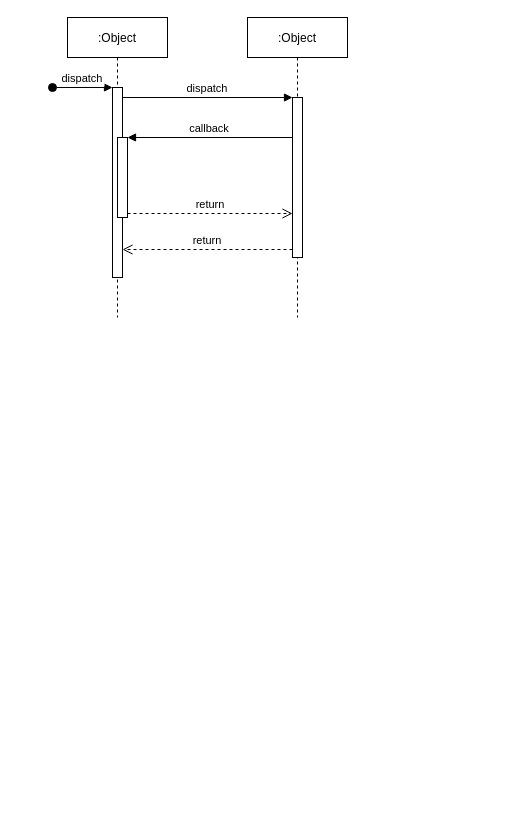
Before: 未命名绘图.drawio in zhoushenn/zhoushenn.github.io, a draw.io diagram. Source tidied: cells renumbered, new cells numbered last; positions are measured from the earlier drawing's top-left corner, leaving out a move shared by most shapes. Both pictures are drawn from the tidied source at 100%, with x=0, y=0 at pixel (52, 17).
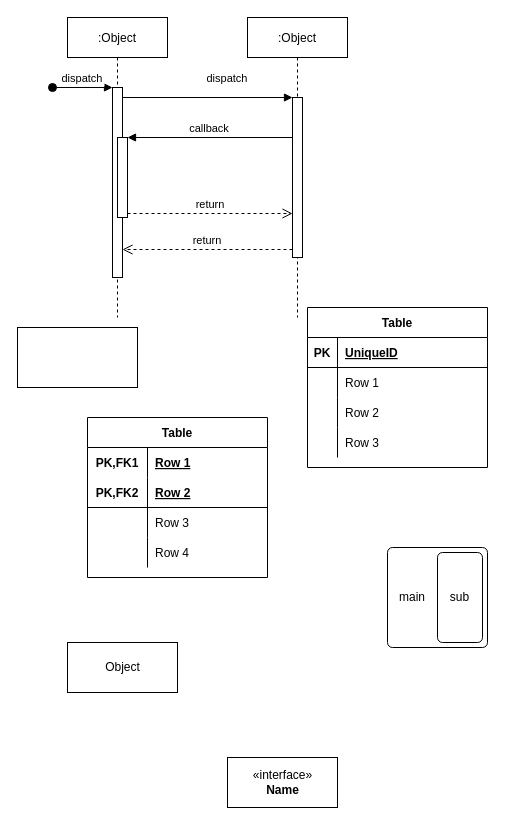
After the change.

Commit message:
更新未命名绘图.drawio

Unchanged cells that the change refers to:
```xml
<mxCell id="3" style="points=[];perimeter=orthogonalPerimeter;rounded=0;shadow=0;strokeWidth=1;" parent="2" vertex="1">
  <mxGeometry x="45" y="70" width="10" height="190" as="geometry" />
</mxCell>
<mxCell id="7" style="points=[];perimeter=orthogonalPerimeter;rounded=0;shadow=0;strokeWidth=1;" parent="6" vertex="1">
  <mxGeometry x="45" y="80" width="10" height="160" as="geometry" />
</mxCell>
```

Change to the diagram source:
```diff
@@
     <mxCell id="9" value="dispatch" style="verticalAlign=bottom;endArrow=block;entryX=0;entryY=0;shadow=0;strokeWidth=1;" parent="1" edge="1" source="3" target="7">
-      <mxGeometry relative="1" as="geometry" />
+      <mxGeometry x="0.24" y="10" relative="1" as="geometry" />
     </mxCell>
@@
+    <mxCell id="12" style="rounded=0;whiteSpace=wrap;html=1;" parent="1" vertex="1">
+      <mxGeometry x="-35" y="310" width="120" height="60" as="geometry" />
+    </mxCell>
+    <mxCell id="13" value="Table" style="shape=table;startSize=30;childLayout=tableLayout;rowLines=0;fontStyle=1;align=center;" parent="1" vertex="1">
+      <mxGeometry x="255" y="290" width="180" height="160" as="geometry" />
+    </mxCell>
+    <mxCell id="14" style="shape=partialRectangle;fillColor=none;top=0;left=0;bottom=1;right=0;" parent="13" vertex="1">
+      <mxGeometry y="30" width="180" height="30" as="geometry" />
+    </mxCell>
+    <mxCell id="15" value="PK" style="shape=partialRectangle;fillColor=none;top=0;left=0;bottom=0;right=0;fontStyle=1;overflow=hidden;" parent="14" vertex="1">
+      <mxGeometry width="30" height="30" as="geometry" />
+    </mxCell>
+    <mxCell id="16" value="UniqueID" style="shape=partialRectangle;fillColor=none;top=0;left=0;bottom=0;right=0;align=left;spacingLeft=6;fontStyle=5;overflow=hidden;" parent="14" vertex="1">
+      <mxGeometry x="30" width="150" height="30" as="geometry" />
+    </mxCell>
+    <mxCell id="17" style="shape=partialRectangle;fillColor=none;top=0;left=0;bottom=0;right=0;" parent="13" vertex="1">
+      <mxGeometry y="60" width="180" height="30" as="geometry" />
+    </mxCell>
+    <mxCell id="18" style="shape=partialRectangle;fillColor=none;top=0;left=0;bottom=0;right=0;overflow=hidden;" parent="17" vertex="1">
+      <mxGeometry width="30" height="30" as="geometry" />
+    </mxCell>
+    <mxCell id="19" value="Row 1" style="shape=partialRectangle;fillColor=none;top=0;left=0;bottom=0;right=0;align=left;spacingLeft=6;overflow=hidden;" parent="17" vertex="1">
+      <mxGeometry x="30" width="150" height="30" as="geometry" />
+    </mxCell>
+    <mxCell id="20" style="shape=partialRectangle;fillColor=none;top=0;left=0;bottom=0;right=0;" parent="13" vertex="1">
+      <mxGeometry y="90" width="180" height="30" as="geometry" />
+    </mxCell>
+    <mxCell id="21" style="shape=partialRectangle;fillColor=none;top=0;left=0;bottom=0;right=0;overflow=hidden;" parent="20" vertex="1">
+      <mxGeometry width="30" height="30" as="geometry" />
+    </mxCell>
+    <mxCell id="22" value="Row 2" style="shape=partialRectangle;fillColor=none;top=0;left=0;bottom=0;right=0;align=left;spacingLeft=6;overflow=hidden;" parent="20" vertex="1">
+      <mxGeometry x="30" width="150" height="30" as="geometry" />
+    </mxCell>
+    <mxCell id="23" style="shape=partialRectangle;fillColor=none;top=0;left=0;bottom=0;right=0;" parent="13" vertex="1">
+      <mxGeometry y="120" width="180" height="30" as="geometry" />
+    </mxCell>
+    <mxCell id="24" style="shape=partialRectangle;fillColor=none;top=0;left=0;bottom=0;right=0;overflow=hidden;" parent="23" vertex="1">
+      <mxGeometry width="30" height="30" as="geometry" />
+    </mxCell>
+    <mxCell id="25" value="Row 3" style="shape=partialRectangle;fillColor=none;top=0;left=0;bottom=0;right=0;align=left;spacingLeft=6;overflow=hidden;" parent="23" vertex="1">
+      <mxGeometry x="30" width="150" height="30" as="geometry" />
+    </mxCell>
+    <mxCell id="26" value="Table" style="shape=table;startSize=30;childLayout=tableLayout;rowLines=0;fontStyle=1;align=center;" parent="1" vertex="1">
+      <mxGeometry x="35" y="400" width="180" height="160" as="geometry" />
+    </mxCell>
+    <mxCell id="27" style="shape=partialRectangle;fillColor=none;top=0;left=0;bottom=0;right=0;" parent="26" vertex="1">
+      <mxGeometry y="30" width="180" height="30" as="geometry" />
+    </mxCell>
+    <mxCell id="28" value="PK,FK1" style="shape=partialRectangle;fillColor=none;top=0;left=0;bottom=0;right=0;fontStyle=1;overflow=hidden;" parent="27" vertex="1">
+      <mxGeometry width="60" height="30" as="geometry" />
+    </mxCell>
+    <mxCell id="29" value="Row 1" style="shape=partialRectangle;fillColor=none;top=0;left=0;bottom=0;right=0;align=left;spacingLeft=6;fontStyle=5;overflow=hidden;" parent="27" vertex="1">
+      <mxGeometry x="60" width="120" height="30" as="geometry" />
+    </mxCell>
+    <mxCell id="30" style="shape=partialRectangle;fillColor=none;top=0;left=0;bottom=1;right=0;" parent="26" vertex="1">
+      <mxGeometry y="60" width="180" height="30" as="geometry" />
+    </mxCell>
+    <mxCell id="31" value="PK,FK2" style="shape=partialRectangle;fillColor=none;top=0;left=0;bottom=0;right=0;fontStyle=1;overflow=hidden;" parent="30" vertex="1">
+      <mxGeometry width="60" height="30" as="geometry" />
+    </mxCell>
+    <mxCell id="32" value="Row 2" style="shape=partialRectangle;fillColor=none;top=0;left=0;bottom=0;right=0;align=left;spacingLeft=6;fontStyle=5;overflow=hidden;" parent="30" vertex="1">
+      <mxGeometry x="60" width="120" height="30" as="geometry" />
+    </mxCell>
+    <mxCell id="33" style="shape=partialRectangle;fillColor=none;top=0;left=0;bottom=0;right=0;" parent="26" vertex="1">
+      <mxGeometry y="90" width="180" height="30" as="geometry" />
+    </mxCell>
+    <mxCell id="34" style="shape=partialRectangle;fillColor=none;top=0;left=0;bottom=0;right=0;overflow=hidden;" parent="33" vertex="1">
+      <mxGeometry width="60" height="30" as="geometry" />
+    </mxCell>
+    <mxCell id="35" value="Row 3" style="shape=partialRectangle;fillColor=none;top=0;left=0;bottom=0;right=0;align=left;spacingLeft=6;overflow=hidden;" parent="33" vertex="1">
+      <mxGeometry x="60" width="120" height="30" as="geometry" />
+    </mxCell>
+    <mxCell id="36" style="shape=partialRectangle;fillColor=none;top=0;left=0;bottom=0;right=0;" parent="26" vertex="1">
+      <mxGeometry y="120" width="180" height="30" as="geometry" />
+    </mxCell>
+    <mxCell id="37" style="shape=partialRectangle;fillColor=none;top=0;left=0;bottom=0;right=0;overflow=hidden;" parent="36" vertex="1">
+      <mxGeometry width="60" height="30" as="geometry" />
+    </mxCell>
+    <mxCell id="38" value="Row 4" style="shape=partialRectangle;fillColor=none;top=0;left=0;bottom=0;right=0;align=left;spacingLeft=6;overflow=hidden;" parent="36" vertex="1">
+      <mxGeometry x="60" width="120" height="30" as="geometry" />
+    </mxCell>
+    <mxCell id="39" style="rounded=1;absoluteArcSize=1;html=1;arcSize=10;" parent="1" vertex="1">
+      <mxGeometry x="335" y="530" width="100" height="100" as="geometry" />
+    </mxCell>
+    <mxCell id="40" value="main" style="html=1;shape=mxgraph.er.anchor;whiteSpace=wrap;" parent="39" vertex="1">
+      <mxGeometry width="50" height="100" as="geometry" />
+    </mxCell>
+    <mxCell id="41" value="sub" style="rounded=1;absoluteArcSize=1;html=1;arcSize=10;whiteSpace=wrap;strokeColor=inherit;fillColor=inherit;" parent="39" vertex="1">
+      <mxGeometry x="50" y="5" width="45" height="90" as="geometry" />
+    </mxCell>
+    <mxCell id="42" value="Object" style="html=1;" parent="1" vertex="1">
+      <mxGeometry x="15" y="625" width="110" height="50" as="geometry" />
+    </mxCell>
+    <mxCell id="43" value="&amp;laquo;interface&amp;raquo;&lt;br&gt;&lt;b&gt;Name&lt;/b&gt;" style="html=1;" parent="1" vertex="1">
+      <mxGeometry x="175" y="740" width="110" height="50" as="geometry" />
+    </mxCell>
```
